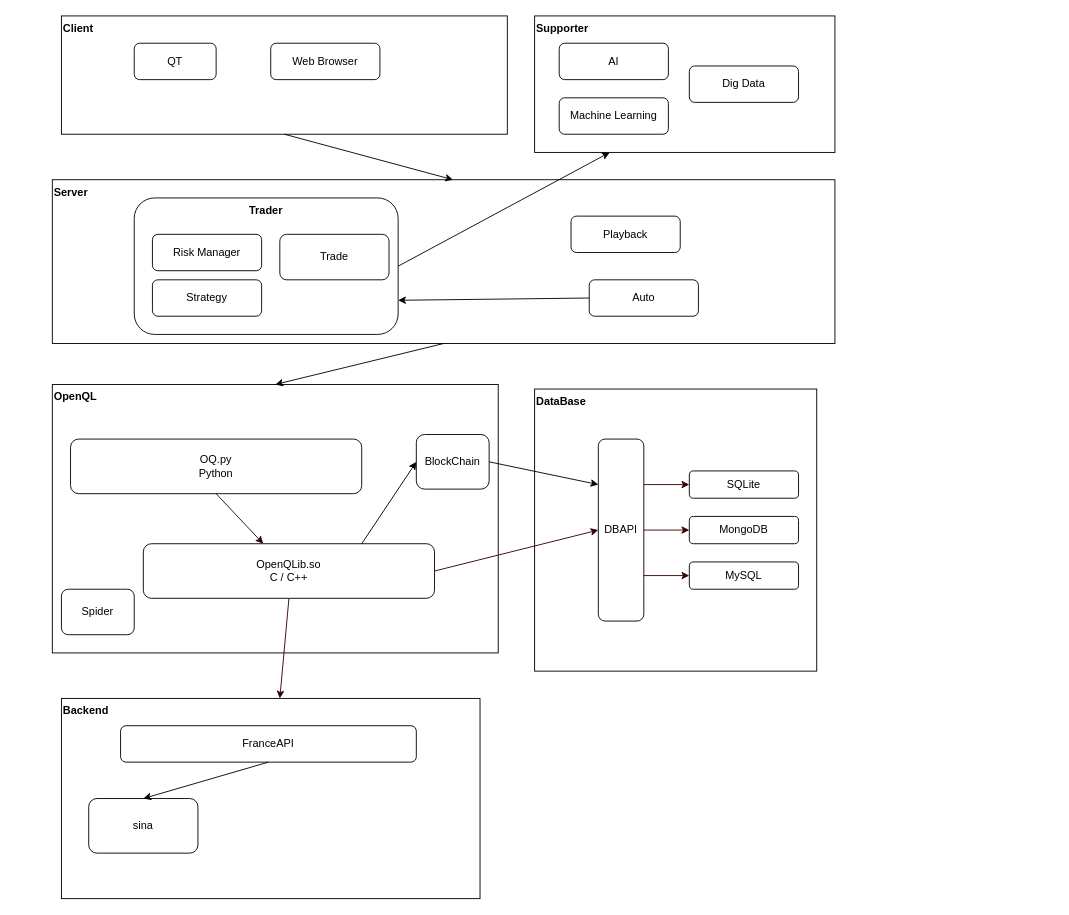
Before: page "Overview" (1 of 3) of OpenQL.drawio in DanielCxh/openql, a draw.io diagram. Source tidied: cells renumbered, new cells numbered last; positions are measured from the earlier drawing's top-left corner, leaving out a move shared by most shapes. Both pictures are drawn from the tidied source at 91%, with x=0, y=0 at pixel (52, 15).
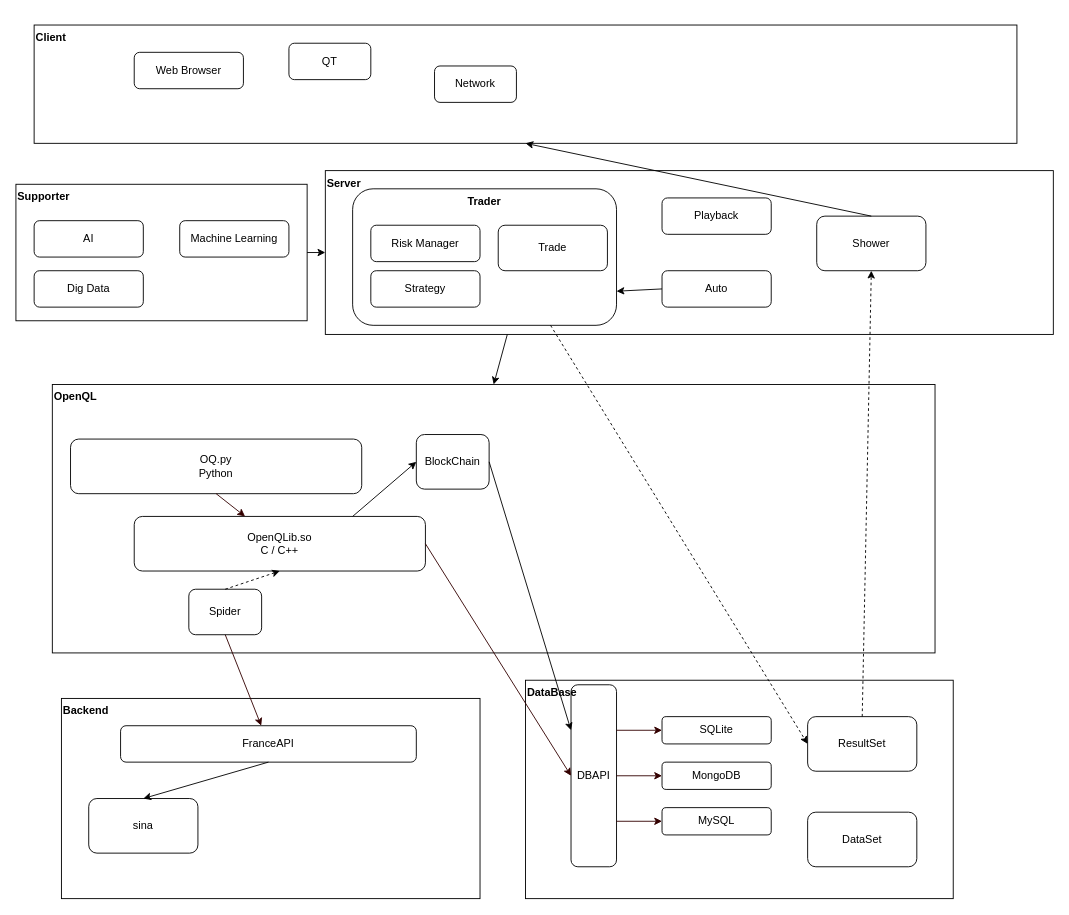
The same diagram, later.

The change refers to these unchanged cells:
```xml
<mxCell id="11" value="Backend" style="rounded=0;whiteSpace=wrap;html=1;fillColor=none;align=left;verticalAlign=top;fontStyle=1;" parent="1" vertex="1">
  <mxGeometry x="10" y="750" width="460" height="220" as="geometry" />
</mxCell>
<mxCell id="35" value="FranceAPI" style="rounded=1;whiteSpace=wrap;html=1;fillColor=none;align=center;" parent="1" vertex="1">
  <mxGeometry x="75" y="780" width="325" height="40" as="geometry" />
</mxCell>
```

The edit, as a diff of the source:
```diff
@@
+    <mxCell id="31" value="Supporter" style="rounded=0;whiteSpace=wrap;html=1;fillColor=none;align=left;fontStyle=1;verticalAlign=top;" parent="1" vertex="1">
+      <mxGeometry x="-40" y="185" width="320" height="150" as="geometry" />
+    </mxCell>
+    <mxCell id="5" value="DataBase" style="rounded=0;whiteSpace=wrap;html=1;fillColor=none;verticalAlign=top;align=left;fontStyle=1;" parent="1" vertex="1">
+      <mxGeometry x="520" y="730" width="470" height="240" as="geometry" />
+    </mxCell>
     <mxCell id="2" value="OpenQL" style="rounded=0;whiteSpace=wrap;html=1;fillColor=none;align=left;verticalAlign=top;fontStyle=1;" parent="1" vertex="1">
-      <mxGeometry y="405" width="490" height="295" as="geometry" />
+      <mxGeometry y="405" width="970" height="295" as="geometry" />
     </mxCell>
@@
     <mxCell id="4" value="OpenQLib.so&lt;br&gt;C / C++" style="rounded=1;whiteSpace=wrap;html=1;" parent="1" vertex="1">
-      <mxGeometry x="100" y="580" width="320" height="60" as="geometry" />
+      <mxGeometry x="90" y="550" width="320" height="60" as="geometry" />
     </mxCell>
-    <mxCell id="5" value="DataBase" style="whiteSpace=wrap;html=1;fillColor=none;align=left;verticalAlign=top;fontStyle=1;" parent="1" vertex="1">
-      <mxGeometry x="530" y="410" width="310" height="310" as="geometry" />
-    </mxCell>
     <mxCell id="6" value="DBAPI" style="rounded=1;whiteSpace=wrap;html=1;fillColor=none;" parent="1" vertex="1">
-      <mxGeometry x="600" y="465" width="50" height="200" as="geometry" />
+      <mxGeometry x="570" y="735" width="50" height="200" as="geometry" />
     </mxCell>
     <mxCell id="7" value="SQLite" style="rounded=1;whiteSpace=wrap;html=1;fillColor=none;" parent="1" vertex="1">
-      <mxGeometry x="700" y="500" width="120" height="30" as="geometry" />
+      <mxGeometry x="670" y="770" width="120" height="30" as="geometry" />
     </mxCell>
     <mxCell id="8" value="MongoDB" style="rounded=1;whiteSpace=wrap;html=1;fillColor=none;" parent="1" vertex="1">
-      <mxGeometry x="700" y="550" width="120" height="30" as="geometry" />
+      <mxGeometry x="670" y="820" width="120" height="30" as="geometry" />
     </mxCell>
     <mxCell id="9" value="MySQL" style="rounded=1;whiteSpace=wrap;html=1;fillColor=none;" parent="1" vertex="1">
-      <mxGeometry x="700" y="600" width="120" height="30" as="geometry" />
+      <mxGeometry x="670" y="870" width="120" height="30" as="geometry" />
     </mxCell>
     <mxCell id="10" value="Client" style="rounded=0;whiteSpace=wrap;html=1;fillColor=none;align=left;verticalAlign=top;fontStyle=1;" parent="1" vertex="1">
-      <mxGeometry x="10" width="490" height="130" as="geometry" />
+      <mxGeometry x="-20" y="10" width="1080" height="130" as="geometry" />
     </mxCell>
@@
     <mxCell id="12" value="QT" style="rounded=1;whiteSpace=wrap;html=1;fillColor=none;align=center;" parent="1" vertex="1">
-      <mxGeometry x="90" y="30" width="90" height="40" as="geometry" />
+      <mxGeometry x="260" y="30" width="90" height="40" as="geometry" />
     </mxCell>
@@
-    <mxCell id="14" style="endArrow=classic;html=1;strokeColor=#330000;fontColor=#330000;exitX=0.5;exitY=1;exitDx=0;exitDy=0;" parent="1" edge="1" source="4" target="11">
+    <mxCell id="14" style="endArrow=classic;html=1;strokeColor=#330000;fontColor=#330000;exitX=0.5;exitY=1;exitDx=0;exitDy=0;" parent="1" edge="1" source="29" target="35">
       <mxGeometry relative="1" as="geometry" />
     </mxCell>
@@
     <mxCell id="19" value="Web Browser" style="rounded=1;whiteSpace=wrap;html=1;fillColor=none;align=center;" parent="1" vertex="1">
-      <mxGeometry x="240" y="30" width="120" height="40" as="geometry" />
+      <mxGeometry x="90" y="40" width="120" height="40" as="geometry" />
     </mxCell>
@@
     <mxCell id="23" value="Server" style="rounded=0;whiteSpace=wrap;html=1;fillColor=none;align=left;fontStyle=1;verticalAlign=top;" parent="1" vertex="1">
-      <mxGeometry y="180" width="860" height="180" as="geometry" />
+      <mxGeometry x="300" y="170" width="800" height="180" as="geometry" />
     </mxCell>
-    <mxCell id="24" style="endArrow=classic;html=1;exitX=0.5;exitY=1;exitDx=0;exitDy=0;entryX=0.5;entryY=0;entryDx=0;entryDy=0;" parent="1" edge="1" source="23" target="2">
+    <mxCell id="24" style="endArrow=classic;html=1;exitX=0.25;exitY=1;exitDx=0;exitDy=0;entryX=0.5;entryY=0;entryDx=0;entryDy=0;" parent="1" edge="1" source="23" target="2">
       <mxGeometry relative="1" as="geometry" />
     </mxCell>
     <mxCell id="25" value="Trader" style="rounded=1;whiteSpace=wrap;html=1;fillColor=none;align=center;fontStyle=1;verticalAlign=top;" parent="1" vertex="1">
-      <mxGeometry x="90" y="200" width="290" height="150" as="geometry" />
+      <mxGeometry x="330" y="190" width="290" height="150" as="geometry" />
     </mxCell>
     <mxCell id="26" value="AI" style="rounded=1;whiteSpace=wrap;html=1;fillColor=none;align=center;" parent="1" vertex="1">
-      <mxGeometry x="557" y="30" width="120" height="40" as="geometry" />
+      <mxGeometry x="-20" y="225" width="120" height="40" as="geometry" />
     </mxCell>
     <mxCell id="27" value="Machine Learning" style="rounded=1;whiteSpace=wrap;html=1;fillColor=none;align=center;" parent="1" vertex="1">
-      <mxGeometry x="557" y="90" width="120" height="40" as="geometry" />
+      <mxGeometry x="140" y="225" width="120" height="40" as="geometry" />
     </mxCell>
     <mxCell id="28" value="Dig Data" style="rounded=1;whiteSpace=wrap;html=1;fillColor=none;align=center;" parent="1" vertex="1">
-      <mxGeometry x="700" y="55" width="120" height="40" as="geometry" />
+      <mxGeometry x="-20" y="280" width="120" height="40" as="geometry" />
     </mxCell>
     <mxCell id="29" value="Spider" style="rounded=1;whiteSpace=wrap;html=1;fillColor=none;" parent="1" vertex="1">
-      <mxGeometry x="10" y="630" width="80" height="50" as="geometry" />
+      <mxGeometry x="150" y="630" width="80" height="50" as="geometry" />
     </mxCell>
     <mxCell id="30" value="Playback" style="rounded=1;whiteSpace=wrap;html=1;fillColor=none;align=center;" parent="1" vertex="1">
-      <mxGeometry x="570" y="220" width="120" height="40" as="geometry" />
+      <mxGeometry x="670" y="200" width="120" height="40" as="geometry" />
     </mxCell>
-    <mxCell id="31" value="Supporter" style="rounded=0;whiteSpace=wrap;html=1;fillColor=none;align=left;fontStyle=1;verticalAlign=top;" parent="1" vertex="1">
-      <mxGeometry x="530" width="330" height="150" as="geometry" />
-    </mxCell>
     <mxCell id="32" value="Risk Manager" style="rounded=1;whiteSpace=wrap;html=1;fillColor=none;align=center;" parent="1" vertex="1">
-      <mxGeometry x="110" y="240" width="120" height="40" as="geometry" />
+      <mxGeometry x="350" y="230" width="120" height="40" as="geometry" />
     </mxCell>
     <mxCell id="33" value="Strategy" style="rounded=1;whiteSpace=wrap;html=1;fillColor=none;align=center;" parent="1" vertex="1">
-      <mxGeometry x="110" y="290" width="120" height="40" as="geometry" />
+      <mxGeometry x="350" y="280" width="120" height="40" as="geometry" />
     </mxCell>
     <mxCell id="34" value="Trade" style="rounded=1;whiteSpace=wrap;html=1;fillColor=none;align=center;" parent="1" vertex="1">
-      <mxGeometry x="250" y="240" width="120" height="50" as="geometry" />
+      <mxGeometry x="490" y="230" width="120" height="50" as="geometry" />
     </mxCell>
@@
     <mxCell id="38" value="Auto" style="rounded=1;whiteSpace=wrap;html=1;fillColor=none;align=center;" parent="1" vertex="1">
-      <mxGeometry x="590" y="290" width="120" height="40" as="geometry" />
+      <mxGeometry x="670" y="280" width="120" height="40" as="geometry" />
     </mxCell>
-    <mxCell id="39" style="endArrow=classic;html=1;exitX=1;exitY=0.5;exitDx=0;exitDy=0;entryX=0.25;entryY=1;entryDx=0;entryDy=0;" parent="1" edge="1" source="25" target="31">
+    <mxCell id="39" style="endArrow=classic;html=1;entryX=0;entryY=0.5;entryDx=0;entryDy=0;exitX=1;exitY=0.5;exitDx=0;exitDy=0;" parent="1" edge="1" source="31" target="23">
       <mxGeometry relative="1" as="geometry" />
     </mxCell>
-    <mxCell id="40" style="endArrow=classic;html=1;exitX=0.5;exitY=1;exitDx=0;exitDy=0;entryX=0.512;entryY=0;entryDx=0;entryDy=0;entryPerimeter=0;" parent="1" edge="1" source="10" target="23">
+    <mxCell id="40" style="endArrow=classic;html=1;exitX=0.5;exitY=0;exitDx=0;exitDy=0;entryX=0.5;entryY=1;entryDx=0;entryDy=0;" parent="1" edge="1" source="44" target="10">
       <mxGeometry relative="1" as="geometry" />
     </mxCell>
@@
+    <mxCell id="42" value="ResultSet" style="rounded=1;whiteSpace=wrap;html=1;fillColor=none;align=center;" parent="1" vertex="1">
+      <mxGeometry x="830" y="770" width="120" height="60" as="geometry" />
+    </mxCell>
+    <mxCell id="43" value="DataSet" style="rounded=1;whiteSpace=wrap;html=1;fillColor=none;align=center;" parent="1" vertex="1">
+      <mxGeometry x="830" y="875" width="120" height="60" as="geometry" />
+    </mxCell>
+    <mxCell id="44" value="Shower" style="rounded=1;whiteSpace=wrap;html=1;fillColor=none;align=center;" parent="1" vertex="1">
+      <mxGeometry x="840" y="220" width="120" height="60" as="geometry" />
+    </mxCell>
+    <mxCell id="45" style="endArrow=classic;html=1;exitX=0.5;exitY=0;exitDx=0;exitDy=0;entryX=0.5;entryY=1;entryDx=0;entryDy=0;dashed=1;" parent="1" edge="1" source="42" target="44">
+      <mxGeometry relative="1" as="geometry" />
+    </mxCell>
+    <mxCell id="46" style="endArrow=classic;html=1;exitX=0.75;exitY=1;exitDx=0;exitDy=0;entryX=0;entryY=0.5;entryDx=0;entryDy=0;dashed=1;" parent="1" edge="1" source="25" target="42">
+      <mxGeometry relative="1" as="geometry" />
+    </mxCell>
+    <mxCell id="47" style="endArrow=classic;html=1;dashed=1;exitX=0.5;exitY=0;exitDx=0;exitDy=0;entryX=0.5;entryY=1;entryDx=0;entryDy=0;" parent="1" edge="1" source="29" target="4">
+      <mxGeometry relative="1" as="geometry" />
+    </mxCell>
+    <mxCell id="48" value="Network" style="rounded=1;whiteSpace=wrap;html=1;fillColor=none;align=center;" parent="1" vertex="1">
+      <mxGeometry x="420" y="55" width="90" height="40" as="geometry" />
+    </mxCell>
```
